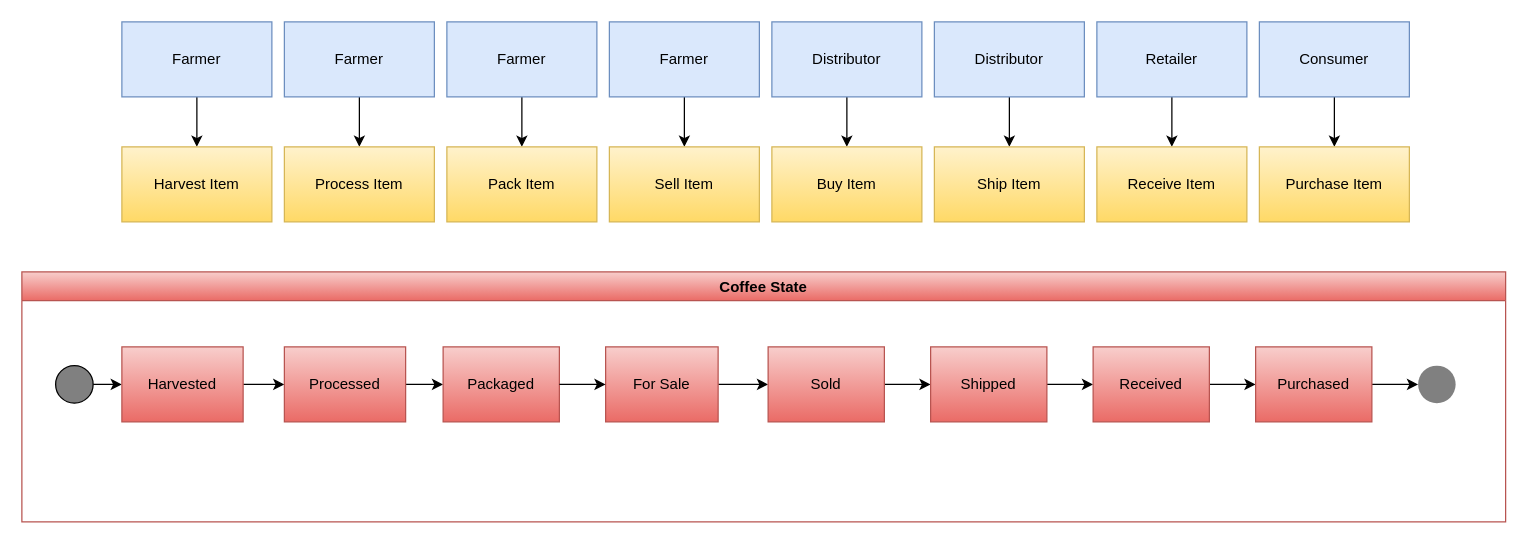
The draw.io diagram project-6/diagrams/state.drawio in tobogganhill/supplychain, before the edit. Source tidied: cells renumbered, new cells numbered last; positions are measured from the earlier drawing's top-left corner, leaving out a move shared by most shapes. Both pictures are drawn from the tidied source at 125%, with x=0, y=0 at pixel (21, 21).
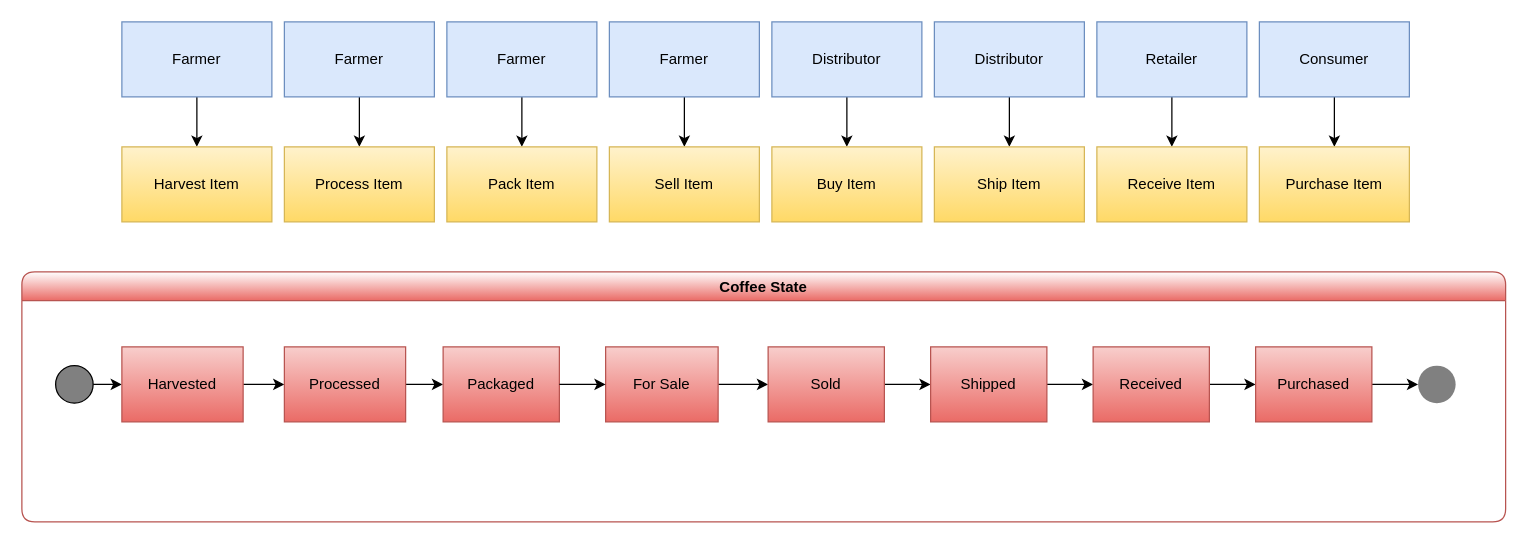
The same diagram, later.

Commit message (it also covers changes not shown here):
accesscontrol and state diagram updates

Diff of the diagram source:
```diff
@@
-    <mxCell id="34" value="Coffee State" style="swimlane;fillColor=#f8cecc;gradientColor=#ea6b66;strokeColor=#b85450;" parent="1" vertex="1">
+    <mxCell id="34" value="Coffee State" style="swimlane;gradientColor=#ea6b66;strokeColor=#b85450;swimlaneFillColor=none;glass=0;rounded=1;shadow=0;sketch=0;" parent="1" vertex="1">
       <mxGeometry y="200" width="1187" height="200" as="geometry" />
     </mxCell>
```
